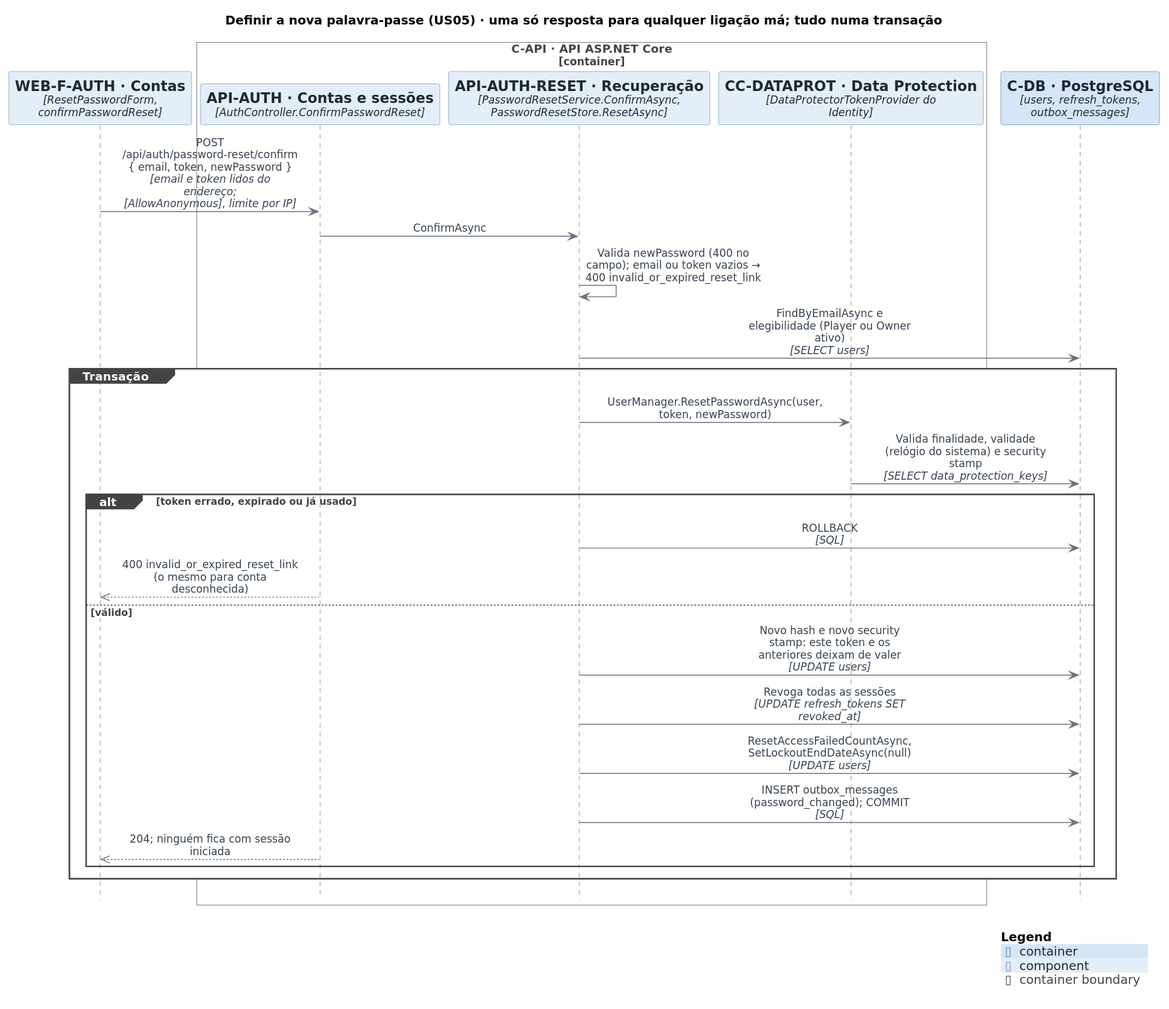
Earlier version of the PlantUML export docs/architecture/out/process-reset-confirm.svg (rodrigo4sousa/SportsEstablishments). Its diagram source:
```plantuml
@startuml
!include <C4/C4_Sequence>
!include ../style.puml

title Definir a nova palavra-passe (US05) · uma só resposta para qualquer ligação má; tudo numa transação

Component(WEB_F_AUTH, "WEB-F-AUTH · Contas", "ResetPasswordForm, confirmPasswordReset")
Container_Boundary(C_API, "C-API · API ASP.NET Core")
  Component(API_AUTH, "API-AUTH · Contas e sessões", "AuthController.ConfirmPasswordReset")
  Component(API_AUTH_RESET, "API-AUTH-RESET · Recuperação", "PasswordResetService.ConfirmAsync, PasswordResetStore.ResetAsync")
  Component(CC_DATAPROT, "CC-DATAPROT · Data Protection", "DataProtectorTokenProvider do Identity")
Boundary_End()
ContainerDb(C_DB, "C-DB · PostgreSQL", "users, refresh_tokens, outbox_messages")

Rel(WEB_F_AUTH, API_AUTH, $plain("POST /api/auth/password-reset/confirm { email, token, newPassword }"), "email e token lidos do endereço; [AllowAnonymous], limite por IP")
Rel(API_AUTH, API_AUTH_RESET, $plain("ConfirmAsync"))
Rel(API_AUTH_RESET, API_AUTH_RESET, $plain("Valida newPassword (400 no campo); email ou token vazios → 400 invalid_or_expired_reset_link"))
Rel(API_AUTH_RESET, C_DB, $plain("FindByEmailAsync e elegibilidade (Player ou Owner ativo)"), "SELECT users")
group Transação
  Rel(API_AUTH_RESET, CC_DATAPROT, $plain("UserManager.ResetPasswordAsync(user, token, newPassword)"))
  Rel(CC_DATAPROT, C_DB, $plain("Valida finalidade, validade (relógio do sistema) e security stamp"), "SELECT data_protection_keys")
  alt token errado, expirado ou já usado
    Rel(API_AUTH_RESET, C_DB, $plain("ROLLBACK"), "SQL")
    Rel_Back(WEB_F_AUTH, API_AUTH, $plain("400 invalid_or_expired_reset_link (o mesmo para conta desconhecida)"))
  else válido
    Rel(API_AUTH_RESET, C_DB, $plain("Novo hash e novo security stamp: este token e os anteriores deixam de valer"), "UPDATE users")
    Rel(API_AUTH_RESET, C_DB, $plain("Revoga todas as sessões"), "UPDATE refresh_tokens SET revoked_at")
    Rel(API_AUTH_RESET, C_DB, $plain("ResetAccessFailedCountAsync, SetLockoutEndDateAsync(null)"), "UPDATE users")
    Rel(API_AUTH_RESET, C_DB, $plain("INSERT outbox_messages (password_changed); COMMIT"), "SQL")
    Rel_Back(WEB_F_AUTH, API_AUTH, $plain("204; ninguém fica com sessão iniciada"))
  end
end

SHOW_LEGEND()
@enduml
```
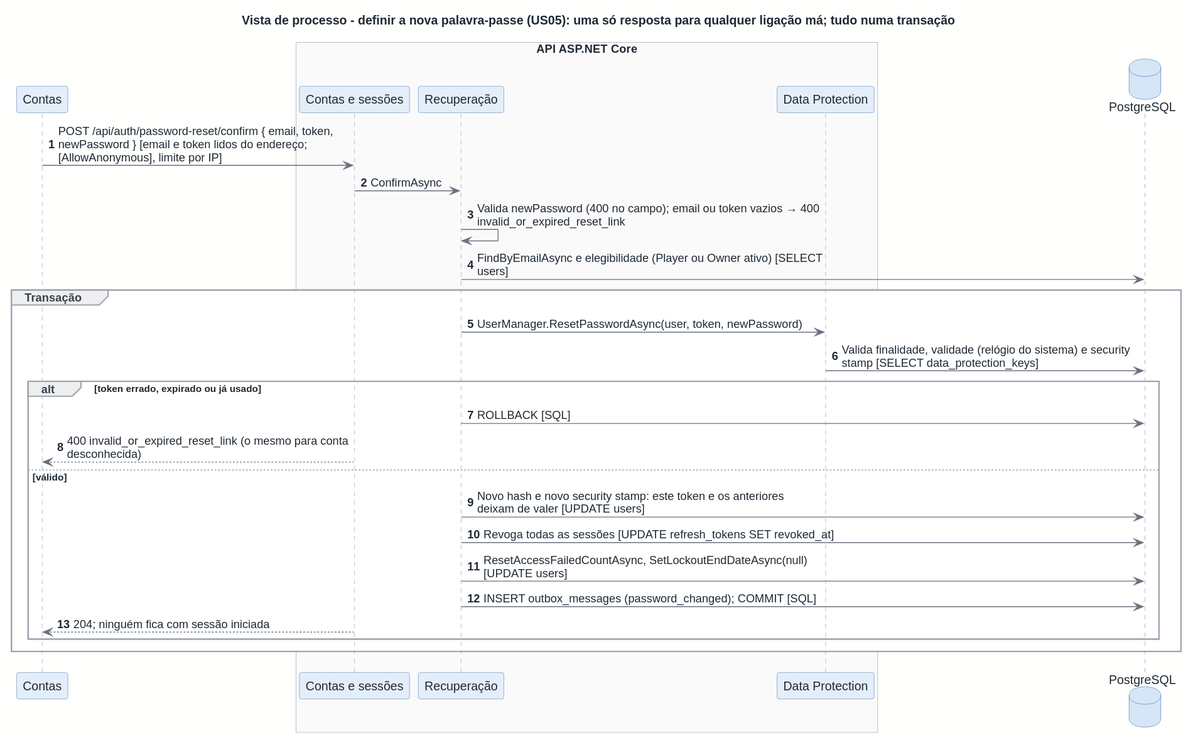
After the change.

What changed in the source:
```diff
@@ -1,35 +1,33 @@
 @startuml
-!include <C4/C4_Sequence>
 !include ../style.puml
 
-title Definir a nova palavra-passe (US05) · uma só resposta para qualquer ligação má; tudo numa transação
+title Vista de processo - definir a nova palavra-passe (US05): uma só resposta para qualquer ligação má; tudo numa transação
+autonumber
 
-Component(WEB_F_AUTH, "WEB-F-AUTH · Contas", "ResetPasswordForm, confirmPasswordReset")
-Container_Boundary(C_API, "C-API · API ASP.NET Core")
-  Component(API_AUTH, "API-AUTH · Contas e sessões", "AuthController.ConfirmPasswordReset")
-  Component(API_AUTH_RESET, "API-AUTH-RESET · Recuperação", "PasswordResetService.ConfirmAsync, PasswordResetStore.ResetAsync")
-  Component(CC_DATAPROT, "CC-DATAPROT · Data Protection", "DataProtectorTokenProvider do Identity")
-Boundary_End()
-ContainerDb(C_DB, "C-DB · PostgreSQL", "users, refresh_tokens, outbox_messages")
+participant "Contas" as WEB_F_AUTH
+box "API ASP.NET Core"
+  participant "Contas e sessões" as API_AUTH
+  participant "Recuperação" as API_AUTH_RESET
+  participant "Data Protection" as CC_DATAPROT
+end box
+database "PostgreSQL" as C_DB
 
-Rel(WEB_F_AUTH, API_AUTH, $plain("POST /api/auth/password-reset/confirm { email, token, newPassword }"), "email e token lidos do endereço; [AllowAnonymous], limite por IP")
-Rel(API_AUTH, API_AUTH_RESET, $plain("ConfirmAsync"))
-Rel(API_AUTH_RESET, API_AUTH_RESET, $plain("Valida newPassword (400 no campo); email ou token vazios → 400 invalid_or_expired_reset_link"))
-Rel(API_AUTH_RESET, C_DB, $plain("FindByEmailAsync e elegibilidade (Player ou Owner ativo)"), "SELECT users")
+WEB_F_AUTH -> API_AUTH : POST /api/auth/password-reset/confirm { email, token,\nnewPassword } [email e token lidos do endereço;\n[AllowAnonymous], limite por IP]
+API_AUTH -> API_AUTH_RESET : ConfirmAsync
+API_AUTH_RESET -> API_AUTH_RESET : Valida newPassword (400 no campo); email ou token vazios → 400\ninvalid_or_expired_reset_link
+API_AUTH_RESET -> C_DB : FindByEmailAsync e elegibilidade (Player ou Owner ativo) [SELECT\nusers]
 group Transação
-  Rel(API_AUTH_RESET, CC_DATAPROT, $plain("UserManager.ResetPasswordAsync(user, token, newPassword)"))
-  Rel(CC_DATAPROT, C_DB, $plain("Valida finalidade, validade (relógio do sistema) e security stamp"), "SELECT data_protection_keys")
+  API_AUTH_RESET -> CC_DATAPROT : UserManager.ResetPasswordAsync(user, token, newPassword)
+  CC_DATAPROT -> C_DB : Valida finalidade, validade (relógio do sistema) e security\nstamp [SELECT data_protection_keys]
   alt token errado, expirado ou já usado
-    Rel(API_AUTH_RESET, C_DB, $plain("ROLLBACK"), "SQL")
-    Rel_Back(WEB_F_AUTH, API_AUTH, $plain("400 invalid_or_expired_reset_link (o mesmo para conta desconhecida)"))
+    API_AUTH_RESET -> C_DB : ROLLBACK [SQL]
+    API_AUTH --> WEB_F_AUTH : 400 invalid_or_expired_reset_link (o mesmo para conta\ndesconhecida)
   else válido
-    Rel(API_AUTH_RESET, C_DB, $plain("Novo hash e novo security stamp: este token e os anteriores deixam de valer"), "UPDATE users")
-    Rel(API_AUTH_RESET, C_DB, $plain("Revoga todas as sessões"), "UPDATE refresh_tokens SET revoked_at")
-    Rel(API_AUTH_RESET, C_DB, $plain("ResetAccessFailedCountAsync, SetLockoutEndDateAsync(null)"), "UPDATE users")
-    Rel(API_AUTH_RESET, C_DB, $plain("INSERT outbox_messages (password_changed); COMMIT"), "SQL")
-    Rel_Back(WEB_F_AUTH, API_AUTH, $plain("204; ninguém fica com sessão iniciada"))
+    API_AUTH_RESET -> C_DB : Novo hash e novo security stamp: este token e os anteriores\ndeixam de valer [UPDATE users]
+    API_AUTH_RESET -> C_DB : Revoga todas as sessões [UPDATE refresh_tokens SET revoked_at]
+    API_AUTH_RESET -> C_DB : ResetAccessFailedCountAsync, SetLockoutEndDateAsync(null)\n[UPDATE users]
+    API_AUTH_RESET -> C_DB : INSERT outbox_messages (password_changed); COMMIT [SQL]
+    API_AUTH --> WEB_F_AUTH : 204; ninguém fica com sessão iniciada
   end
 end
-
-SHOW_LEGEND()
 @enduml
```
